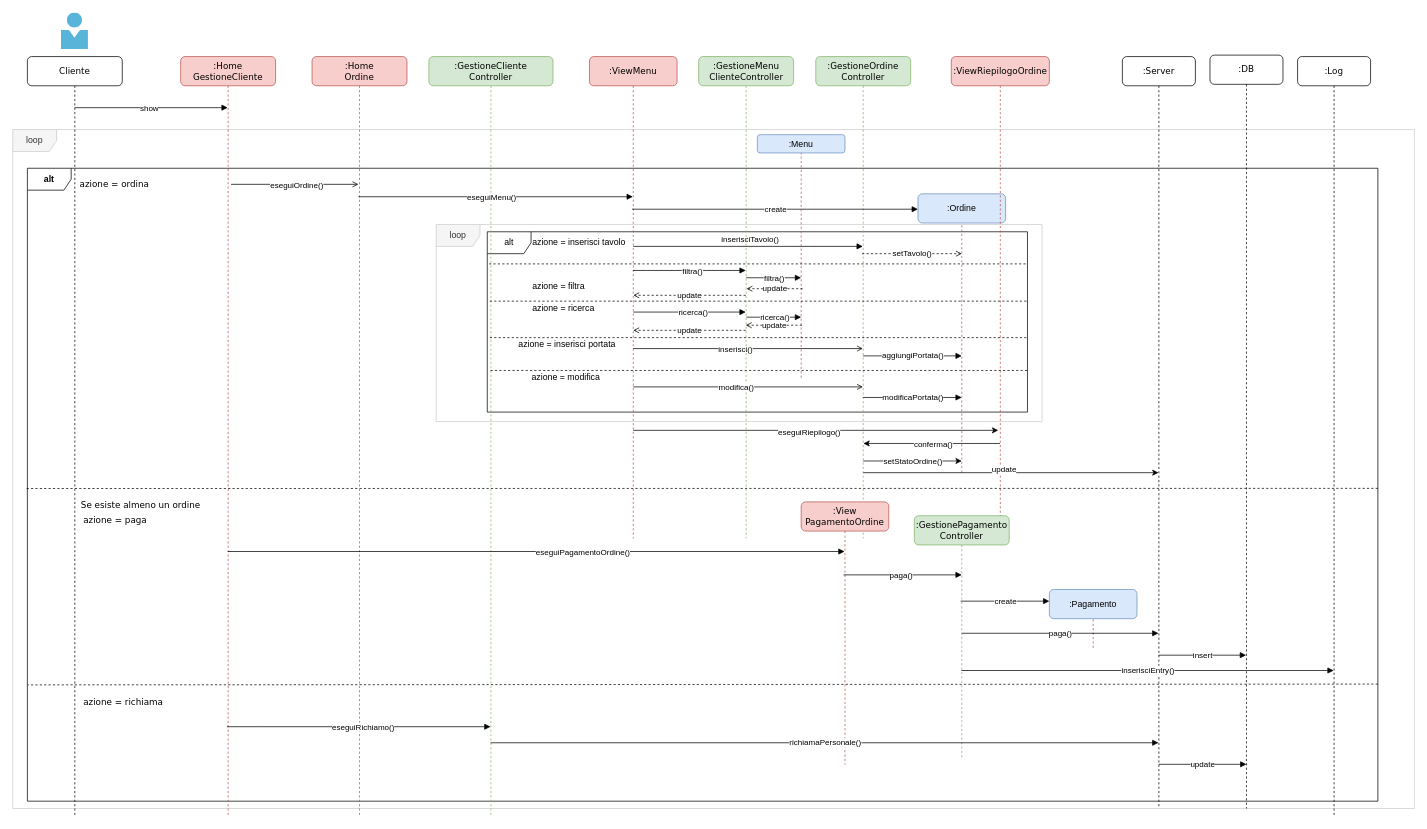
Marco-Burattoni/Progetto-ids keeps this draw.io diagram as page "Pagina-7" (7 of 7) of progettazione/dettaglio/dettaglioSequenza.drawio. Above is the earlier version. Source tidied: cells renumbered, new cells numbered last; positions are measured from the earlier drawing's top-left corner, leaving out a move shared by most shapes. Both pictures are drawn from the tidied source at 73%, with x=0, y=0 at pixel (12, 12).
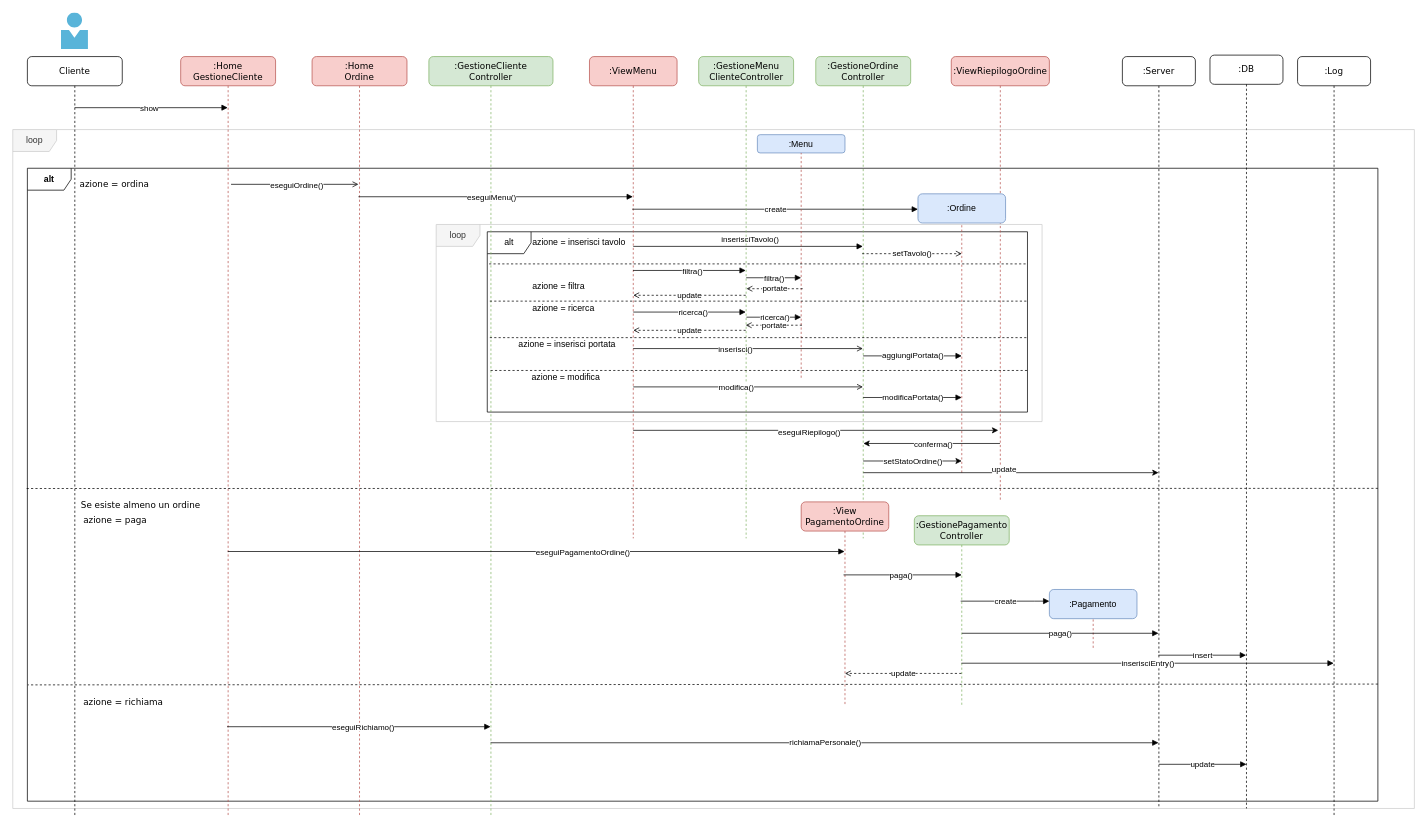
After the change.

The edit, as a diff of the source:
```diff
@@
     <mxCell id="16" value=":View&lt;br&gt;PagamentoOrdine" style="shape=umlLifeline;perimeter=lifelinePerimeter;whiteSpace=wrap;html=1;rounded=1;shadow=0;comic=0;labelBackgroundColor=none;strokeWidth=1;fontFamily=Verdana;fontSize=12;align=center;fillColor=#f8cecc;strokeColor=#b85450;" parent="1" vertex="1">
-      <mxGeometry x="1080" y="670" width="120" height="360" as="geometry" />
+      <mxGeometry x="1080" y="670" width="120" height="280" as="geometry" />
     </mxCell>
@@
-    <mxCell id="30" value=":Ordine" style="rounded=1;whiteSpace=wrap;html=1;fillColor=#dae8fc;strokeColor=#6c8ebf;" parent="1" vertex="1">
-      <mxGeometry x="1240" y="248" width="120" height="40" as="geometry" />
-    </mxCell>
@@
     <mxCell id="46" value=":ViewRiepilogoOrdine" style="shape=umlLifeline;perimeter=lifelinePerimeter;whiteSpace=wrap;html=1;rounded=1;shadow=0;comic=0;labelBackgroundColor=none;strokeWidth=1;fontFamily=Verdana;fontSize=12;align=center;fillColor=#f8cecc;strokeColor=#b85450;" parent="1" vertex="1">
-      <mxGeometry x="1285.6" y="60" width="134.4" height="660" as="geometry" />
+      <mxGeometry x="1285.6" y="60" width="134.4" height="610" as="geometry" />
     </mxCell>
@@
     <mxCell id="49" value=":GestionePagamento&lt;br&gt;Controller" style="shape=umlLifeline;perimeter=lifelinePerimeter;whiteSpace=wrap;html=1;outlineConnect=0;rounded=1;shadow=0;comic=0;labelBackgroundColor=none;strokeWidth=1;fontFamily=Verdana;fontSize=12;align=center;fillColor=#d5e8d4;strokeColor=#82b366;" parent="1" vertex="1">
-      <mxGeometry x="1235" y="689" width="130" height="331" as="geometry" />
+      <mxGeometry x="1235" y="689" width="130" height="261" as="geometry" />
     </mxCell>
@@
     <mxCell id="66" value="inserisciEntry()" style="rounded=0;orthogonalLoop=1;jettySize=auto;html=1;startArrow=none;startFill=0;endArrow=block;endFill=1;" parent="1" edge="1">
       <mxGeometry relative="1" as="geometry">
-        <mxPoint x="1299.5" y="901" as="sourcePoint" />
-        <mxPoint x="1809.5" y="901" as="targetPoint" />
+        <mxPoint x="1299.5" y="891" as="sourcePoint" />
+        <mxPoint x="1809.5" y="891" as="targetPoint" />
       </mxGeometry>
     </mxCell>
@@
-    <mxCell id="75" value="update" style="edgeStyle=none;rounded=0;orthogonalLoop=1;jettySize=auto;html=1;dashed=1;startArrow=none;startFill=0;endArrow=open;endFill=0;" parent="1" edge="1">
+    <mxCell id="75" value="portate" style="edgeStyle=none;rounded=0;orthogonalLoop=1;jettySize=auto;html=1;dashed=1;startArrow=none;startFill=0;endArrow=open;endFill=0;" parent="1" edge="1">
       <mxGeometry relative="1" as="geometry">
         <mxPoint x="1081.1" y="428" as="sourcePoint" />
         <mxPoint x="1004.1" y="428" as="targetPoint" />
       </mxGeometry>
     </mxCell>
@@
-    <mxCell id="79" value="update" style="edgeStyle=none;rounded=0;orthogonalLoop=1;jettySize=auto;html=1;dashed=1;startArrow=none;startFill=0;endArrow=open;endFill=0;" parent="1" edge="1">
+    <mxCell id="79" value="portate" style="edgeStyle=none;rounded=0;orthogonalLoop=1;jettySize=auto;html=1;dashed=1;startArrow=none;startFill=0;endArrow=open;endFill=0;" parent="1" edge="1">
       <mxGeometry relative="1" as="geometry">
         <mxPoint x="1082.1" y="378" as="sourcePoint" />
         <mxPoint x="1005.1" y="378" as="targetPoint" />
       </mxGeometry>
     </mxCell>
+    <mxCell id="30" value=":Ordine" style="rounded=1;whiteSpace=wrap;html=1;fillColor=#dae8fc;strokeColor=#6c8ebf;" parent="1" vertex="1">
+      <mxGeometry x="1240" y="248" width="120" height="40" as="geometry" />
+    </mxCell>
+    <mxCell id="80" value="update" style="edgeStyle=none;rounded=0;jettySize=auto;html=1;dashed=1;startArrow=none;startFill=0;endArrow=open;endFill=0;" parent="1" edge="1" source="49">
+      <mxGeometry relative="1" as="geometry">
+        <mxPoint x="1140" y="905" as="targetPoint" />
+      </mxGeometry>
+    </mxCell>
```
